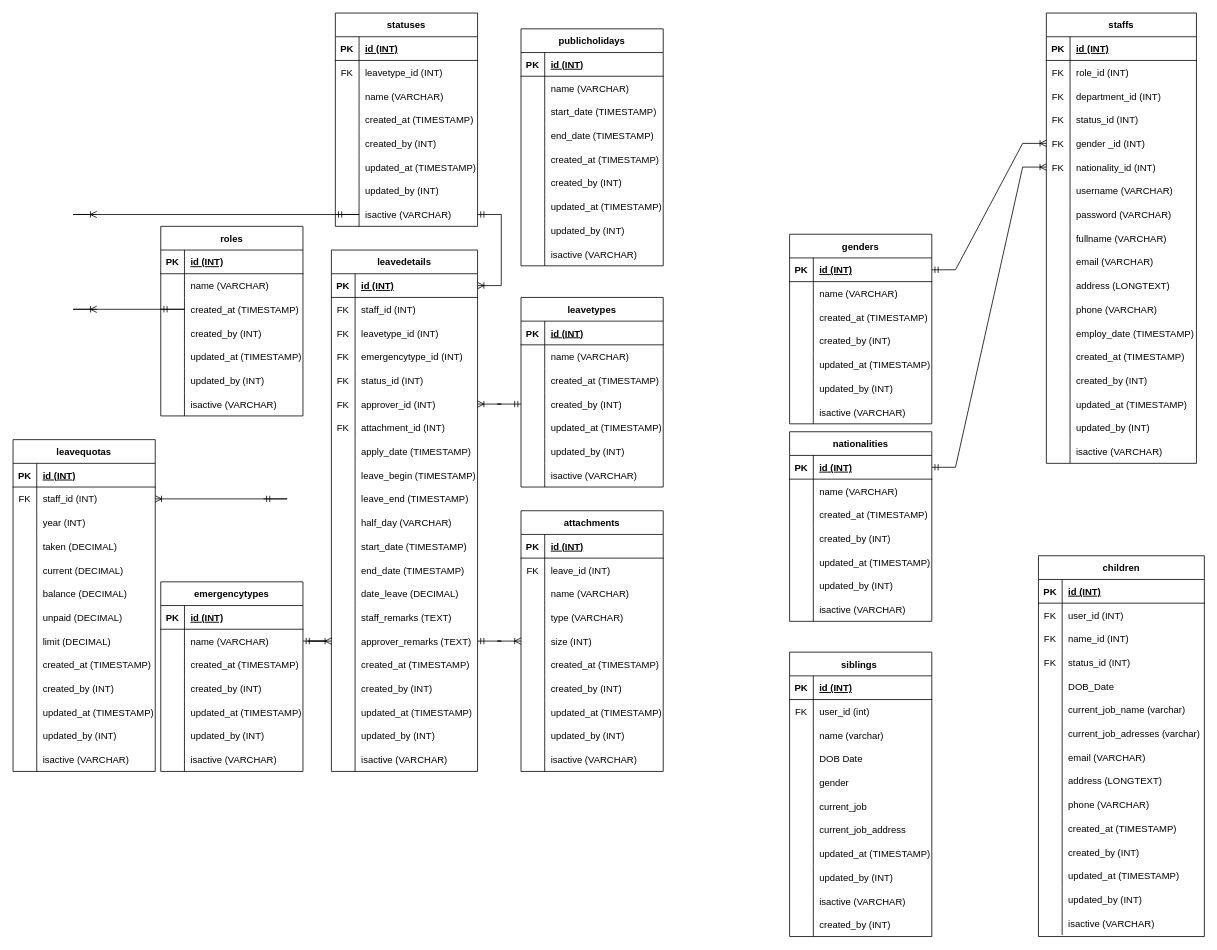
Earlier version of the draw.io diagram page "ERD" (1 of 6) of leavevn.drawio (NPrawira/sistemcuti). Source tidied: cells renumbered, new cells numbered last; positions are measured from the earlier drawing's top-left corner, leaving out a move shared by most shapes. Both pictures are drawn from the tidied source at 79%, with x=0, y=0 at pixel (13, 13).
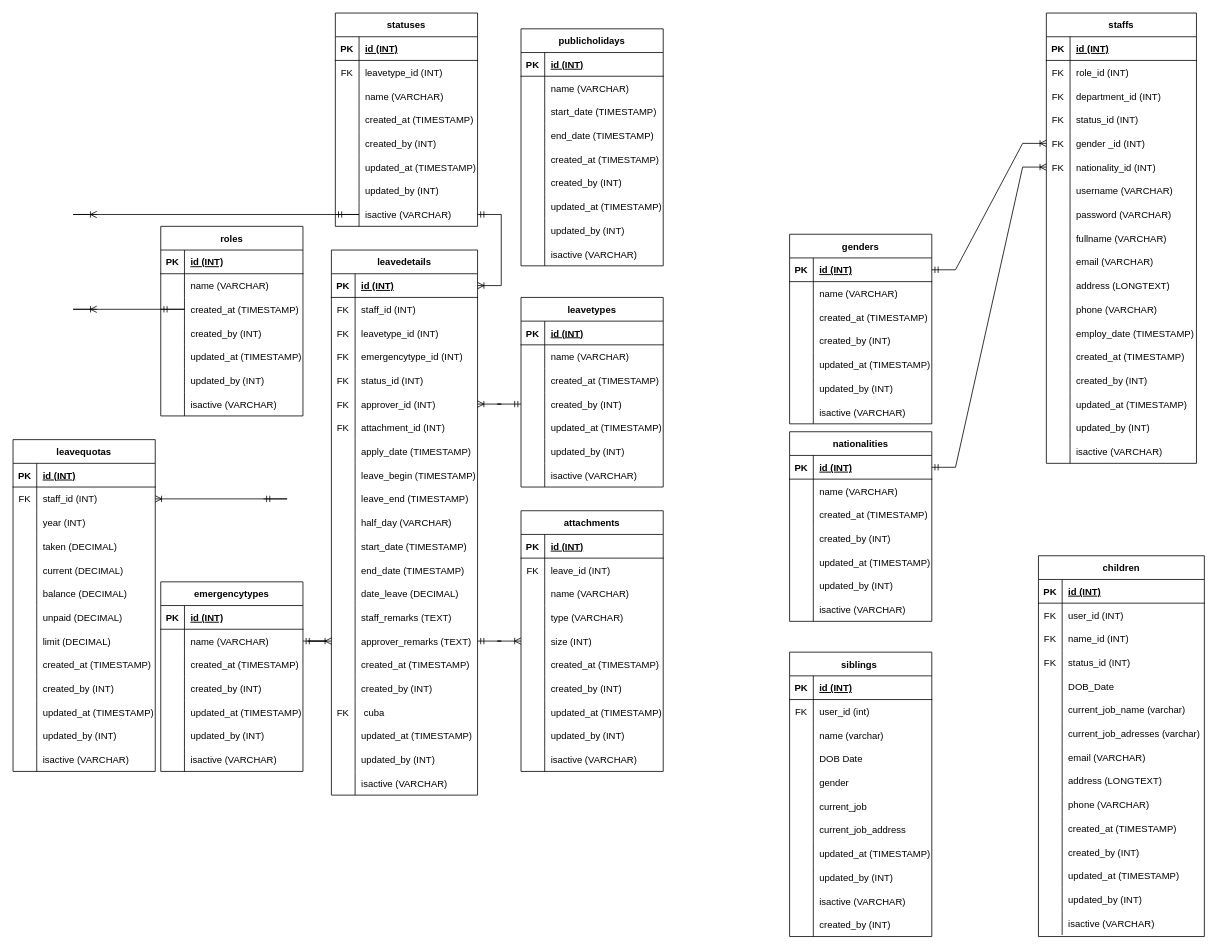
The same page after the edit.

Change to the diagram source:
```diff
@@
     <mxCell id="273" value="leavedetails" style="shape=table;startSize=30;childLayout=tableLayout;rowLines=0;fontStyle=1;align=center;" parent="1" vertex="1">
-      <mxGeometry x="403" y="300" width="185" height="660" as="geometry" />
+      <mxGeometry x="403" y="300" width="185" height="690" as="geometry" />
     </mxCell>
@@
+    <mxCell id="444" style="shape=tableRow;horizontal=0;startSize=0;swimlaneHead=0;swimlaneBody=0;fillColor=none;top=0;left=0;right=0;bottom=0;" parent="273" vertex="1">
+      <mxGeometry y="570" width="185" height="30" as="geometry" />
+    </mxCell>
+    <mxCell id="445" value="FK" style="shape=partialRectangle;fillColor=none;top=0;left=0;bottom=0;right=0;fontStyle=0;overflow=hidden;" parent="444" vertex="1">
+      <mxGeometry width="30" height="30" as="geometry" />
+    </mxCell>
+    <mxCell id="446" value=" cuba" style="shape=partialRectangle;fillColor=none;top=0;left=0;bottom=0;right=0;align=left;spacingLeft=6;fontStyle=0;overflow=hidden;" parent="444" vertex="1">
+      <mxGeometry x="30" width="155" height="30" as="geometry" />
+    </mxCell>
     <mxCell id="328" style="shape=tableRow;horizontal=0;startSize=0;swimlaneHead=0;swimlaneBody=0;fillColor=none;top=0;left=0;right=0;bottom=0;" parent="273" vertex="1">
-      <mxGeometry y="570" width="185" height="30" as="geometry" />
+      <mxGeometry y="600" width="185" height="30" as="geometry" />
     </mxCell>
@@
     <mxCell id="331" style="shape=tableRow;horizontal=0;startSize=0;swimlaneHead=0;swimlaneBody=0;fillColor=none;top=0;left=0;right=0;bottom=0;" parent="273" vertex="1">
-      <mxGeometry y="600" width="185" height="30" as="geometry" />
+      <mxGeometry y="630" width="185" height="30" as="geometry" />
     </mxCell>
@@
     <mxCell id="334" style="shape=tableRow;horizontal=0;startSize=0;swimlaneHead=0;swimlaneBody=0;fillColor=none;top=0;left=0;right=0;bottom=0;" parent="273" vertex="1">
-      <mxGeometry y="630" width="185" height="30" as="geometry" />
+      <mxGeometry y="660" width="185" height="30" as="geometry" />
     </mxCell>
```
